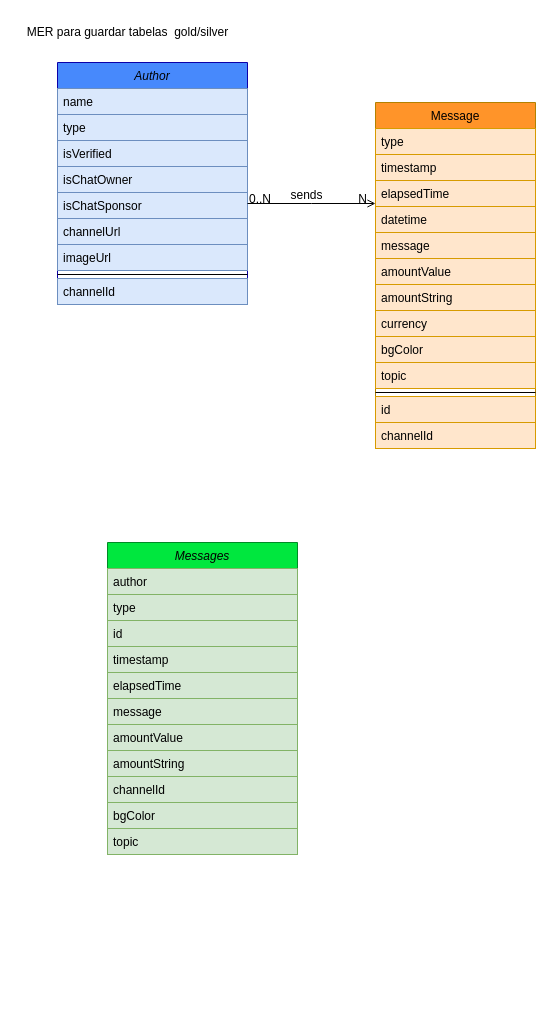
This is page "MER" (2 of 2) of arquitecture/arquitetura.drawio from pedrohft/YoutubeDataAnalytics, a draw.io file, before an edit. Source tidied: cells renumbered, new cells numbered last; positions are measured from the earlier drawing's top-left corner, leaving out a move shared by most shapes. Both pictures are drawn from the tidied source at 100%, with x=0, y=0 at pixel (17, 17).
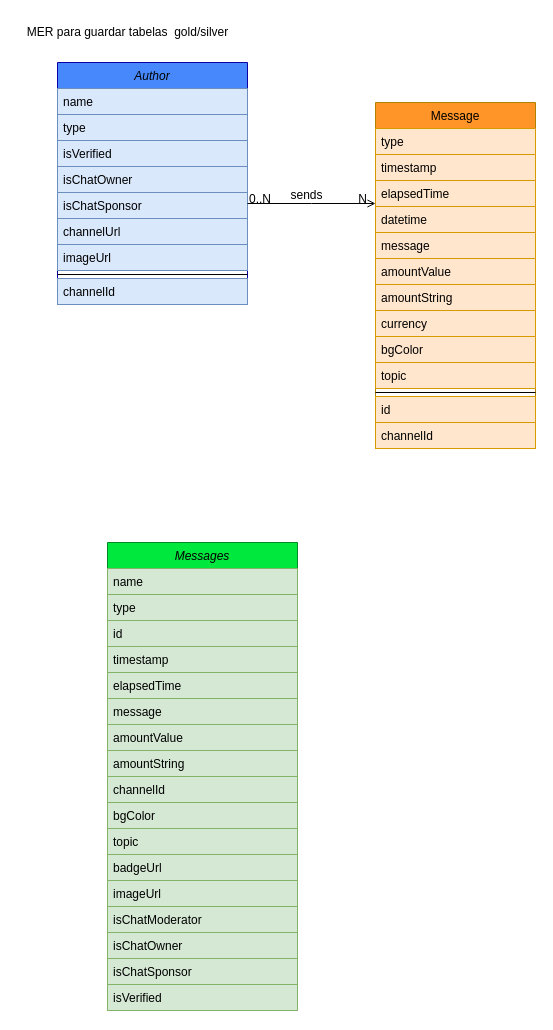
After the change.

Commit message (it also covers changes not shown here):
Evoluindo com o PA, finalizando sprint 2

Diff of the diagram source:
```diff
@@
     <mxCell id="31" value="Messages" style="swimlane;fontStyle=2;align=center;verticalAlign=top;horizontal=1;startSize=26;rounded=0;shadow=0;strokeWidth=1;fillColor=#00E73E;strokeColor=#008A25;" parent="1" vertex="1">
-      <mxGeometry x="90" y="525" width="190" height="312" as="geometry" />
+      <mxGeometry x="90" y="525" width="190" height="468" as="geometry" />
     </mxCell>
-    <mxCell id="32" value="author" style="text;align=left;verticalAlign=top;spacingLeft=4;spacingRight=4;overflow=hidden;fillColor=#d5e8d4;strokeColor=#82b366;" parent="31" vertex="1">
+    <mxCell id="32" value="name" style="text;align=left;verticalAlign=top;spacingLeft=4;spacingRight=4;overflow=hidden;fillColor=#d5e8d4;strokeColor=#82b366;" parent="31" vertex="1">
       <mxGeometry y="26" width="190" height="26" as="geometry" />
     </mxCell>
@@
+    <mxCell id="43" value="topic" style="text;align=left;verticalAlign=top;spacingLeft=4;spacingRight=4;overflow=hidden;rounded=0;shadow=0;html=0;fillColor=#d5e8d4;strokeColor=#82b366;" parent="31" vertex="1">
+      <mxGeometry y="286" width="190" height="26" as="geometry" />
+    </mxCell>
-    <mxCell id="42" value="topic" style="text;align=left;verticalAlign=top;spacingLeft=4;spacingRight=4;overflow=hidden;rounded=0;shadow=0;html=0;fillColor=#d5e8d4;strokeColor=#82b366;" parent="31" vertex="1">
-      <mxGeometry y="286" width="190" height="26" as="geometry" />
+    <mxCell id="42" value="badgeUrl" style="text;align=left;verticalAlign=top;spacingLeft=4;spacingRight=4;overflow=hidden;rounded=0;shadow=0;html=0;fillColor=#d5e8d4;strokeColor=#82b366;" parent="31" vertex="1">
+      <mxGeometry y="312" width="190" height="26" as="geometry" />
     </mxCell>
+    <mxCell id="44" value="imageUrl" style="text;align=left;verticalAlign=top;spacingLeft=4;spacingRight=4;overflow=hidden;rounded=0;shadow=0;html=0;fillColor=#d5e8d4;strokeColor=#82b366;" parent="31" vertex="1">
+      <mxGeometry y="338" width="190" height="26" as="geometry" />
+    </mxCell>
+    <mxCell id="45" value="isChatModerator" style="text;align=left;verticalAlign=top;spacingLeft=4;spacingRight=4;overflow=hidden;rounded=0;shadow=0;html=0;fillColor=#d5e8d4;strokeColor=#82b366;" parent="31" vertex="1">
+      <mxGeometry y="364" width="190" height="26" as="geometry" />
+    </mxCell>
+    <mxCell id="46" value="isChatOwner" style="text;align=left;verticalAlign=top;spacingLeft=4;spacingRight=4;overflow=hidden;rounded=0;shadow=0;html=0;fillColor=#d5e8d4;strokeColor=#82b366;" parent="31" vertex="1">
+      <mxGeometry y="390" width="190" height="26" as="geometry" />
+    </mxCell>
+    <mxCell id="47" value="isChatSponsor" style="text;align=left;verticalAlign=top;spacingLeft=4;spacingRight=4;overflow=hidden;rounded=0;shadow=0;html=0;fillColor=#d5e8d4;strokeColor=#82b366;" parent="31" vertex="1">
+      <mxGeometry y="416" width="190" height="26" as="geometry" />
+    </mxCell>
+    <mxCell id="48" value="isVerified" style="text;align=left;verticalAlign=top;spacingLeft=4;spacingRight=4;overflow=hidden;rounded=0;shadow=0;html=0;fillColor=#d5e8d4;strokeColor=#82b366;" parent="31" vertex="1">
+      <mxGeometry y="442" width="190" height="26" as="geometry" />
+    </mxCell>
```
